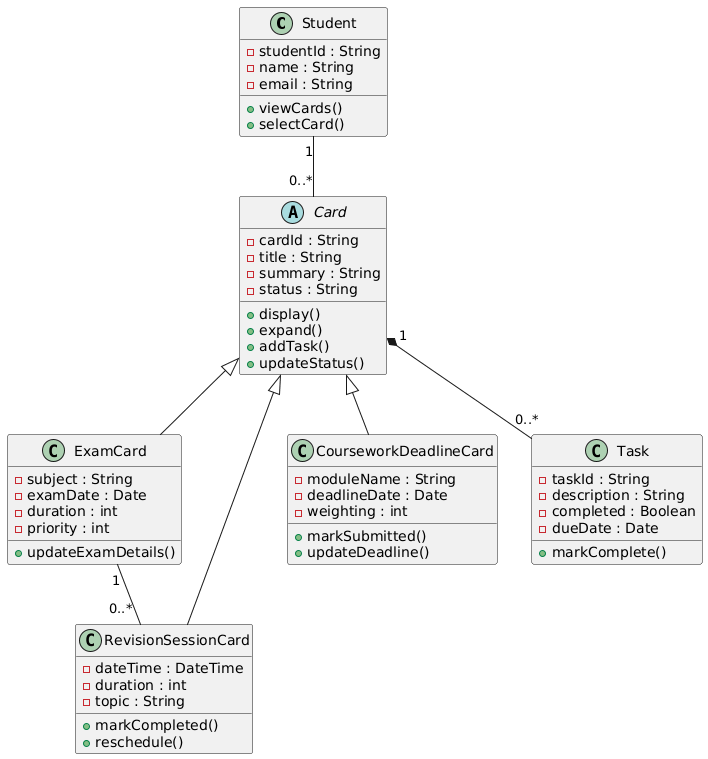
The PlantUML diagram Planning/Card Class Diagram (Sprint 1).png in LW95x/bus-project, before a commit. Its diagram source:
```plantuml
@startuml

class Student {
  - studentId : String
  - name : String
  - email : String
  + viewCards()
  + selectCard()
}

abstract class Card {
  - cardId : String
  - title : String
  - summary : String
  - status : String
  + display()
  + expand()
  + addTask()
  + updateStatus()
}

class ExamCard {
  - subject : String
  - examDate : Date
  - duration : int
  - priority : int
  + updateExamDetails()
}

class RevisionSessionCard {
  - dateTime : DateTime
  - duration : int
  - topic : String
  + markCompleted()
  + reschedule()
}

class CourseworkDeadlineCard {
  - moduleName : String
  - deadlineDate : Date
  - weighting : int
  + markSubmitted()
  + updateDeadline()
}

class Task {
  - taskId : String
  - description : String
  - completed : Boolean
  - dueDate : Date
  + markComplete()
}



Card <|-- ExamCard
Card <|-- RevisionSessionCard
Card <|-- CourseworkDeadlineCard



Student "1" -- "0..*" Card

Card " 1" *-- "    0..*" Task

ExamCard "1" -- "0..* " RevisionSessionCard
@enduml
```
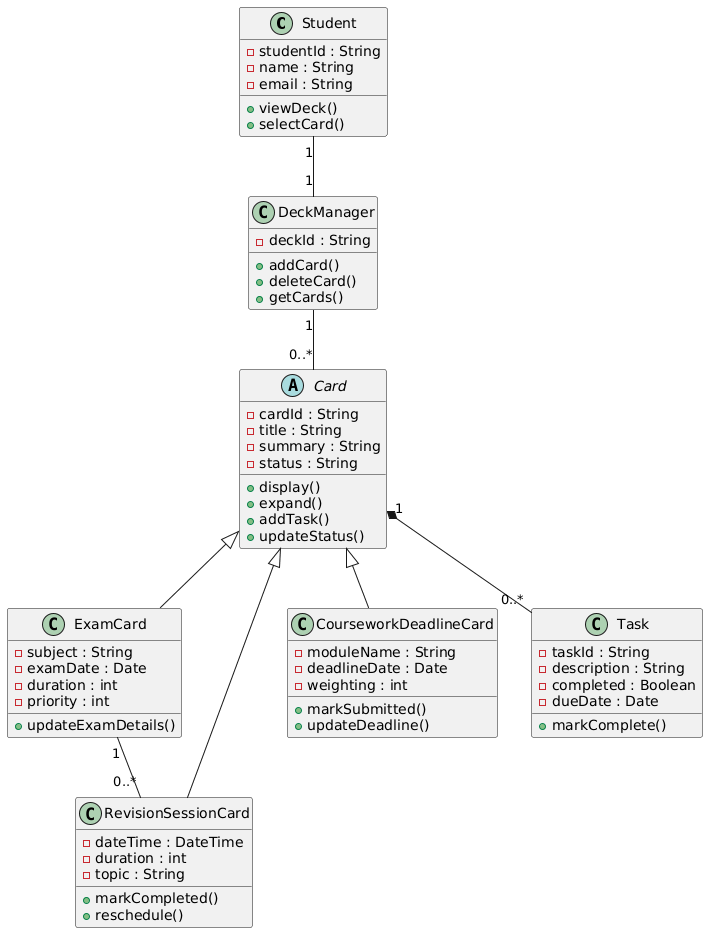
After the change.

Commit message:
Update class diagram with DeckManager class

Change to the diagram source:
```diff
@@ -4,8 +4,15 @@
   - studentId : String
   - name : String
   - email : String
-  + viewCards()
+  + viewDeck()
   + selectCard()
+}
+
+class DeckManager {
+  - deckId : String
+  + addCard()
+  + deleteCard()
+  + getCards()
 }
 
 abstract class Card {
@@ -52,16 +59,15 @@
 }
 
 
-
 Card <|-- ExamCard
 Card <|-- RevisionSessionCard
 Card <|-- CourseworkDeadlineCard
 
 
+Student "1" -- "1" DeckManager
+DeckManager "1" -- "0..*" Card
 
-Student "1" -- "0..*" Card
+Card "1" *-- "0..*" Task
 
-Card " 1" *-- "    0..*" Task
-
-ExamCard "1" -- "0..* " RevisionSessionCard
+ExamCard "1" -- "0..*" RevisionSessionCard
 @enduml
```
